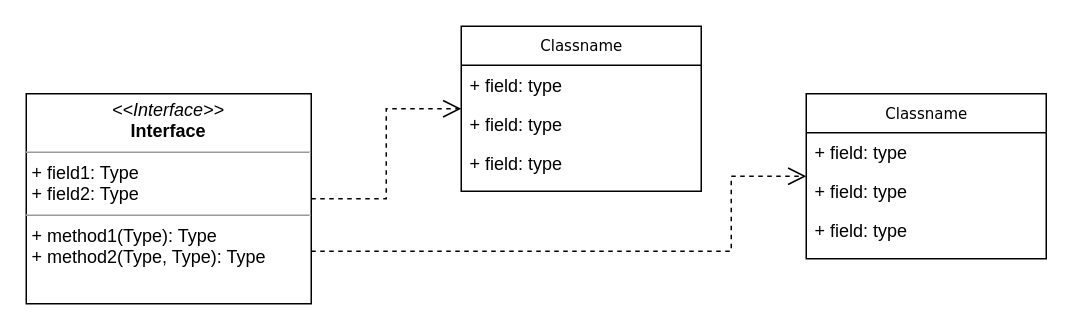
This is Diagram Entry Data Pert 10 Ads.drawio from mahesri/uml_ads_sms3, a draw.io file, before an edit. Source tidied: cells renumbered, new cells numbered last; positions are measured from the earlier drawing's top-left corner, leaving out a move shared by most shapes. Both pictures are drawn from the tidied source at 150%, with x=0, y=0 at pixel (26, 26).
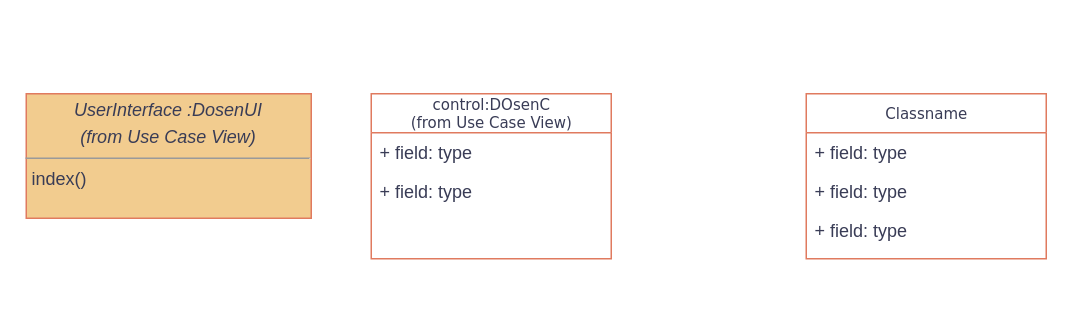
Above is the later version.

The edit, as a diff of the source:
```diff
@@
 <mxGraphModel>
   <root>
     <mxCell id="0" />
     <mxCell id="1" parent="0" />
-    <mxCell id="2" value="Classname" style="swimlane;html=1;fontStyle=0;horizontal=1;startSize=26;fillColor=none;swimlaneFillColor=#ffffff;rounded=0;shadow=0;comic=0;labelBackgroundColor=none;strokeWidth=1;fontFamily=Verdana;fontSize=10;align=center;" parent="1" vertex="1">
-      <mxGeometry x="290" width="160" height="110" as="geometry" />
+    <mxCell id="2" value="control:DOsenC&lt;br&gt;(from Use Case View)" style="swimlane;html=1;fontStyle=0;horizontal=1;startSize=26;fillColor=none;swimlaneFillColor=#ffffff;rounded=0;shadow=0;comic=0;labelBackgroundColor=none;strokeWidth=1;fontFamily=Verdana;fontSize=10;align=center;strokeColor=#E07A5F;fontColor=#393C56;" parent="1" vertex="1">
+      <mxGeometry x="230" y="45" width="160" height="110" as="geometry" />
     </mxCell>
-    <mxCell id="3" value="+ field: type" style="text;html=1;strokeColor=none;fillColor=none;align=left;verticalAlign=top;spacingLeft=4;spacingRight=4;whiteSpace=wrap;overflow=hidden;" parent="2" vertex="1">
+    <mxCell id="3" value="+ field: type" style="text;html=1;strokeColor=none;fillColor=none;align=left;verticalAlign=top;spacingLeft=4;spacingRight=4;whiteSpace=wrap;overflow=hidden;labelBackgroundColor=none;fontColor=#393C56;" parent="2" vertex="1">
       <mxGeometry y="26" width="160" height="26" as="geometry" />
     </mxCell>
-    <mxCell id="4" value="+ field: type" style="text;html=1;strokeColor=none;fillColor=none;align=left;verticalAlign=top;spacingLeft=4;spacingRight=4;whiteSpace=wrap;overflow=hidden;" parent="2" vertex="1">
+    <mxCell id="4" value="+ field: type" style="text;html=1;strokeColor=none;fillColor=none;align=left;verticalAlign=top;spacingLeft=4;spacingRight=4;whiteSpace=wrap;overflow=hidden;labelBackgroundColor=none;fontColor=#393C56;" parent="2" vertex="1">
       <mxGeometry y="52" width="160" height="26" as="geometry" />
     </mxCell>
-    <mxCell id="5" value="+ field: type" style="text;html=1;strokeColor=none;fillColor=none;align=left;verticalAlign=top;spacingLeft=4;spacingRight=4;whiteSpace=wrap;overflow=hidden;" parent="2" vertex="1">
-      <mxGeometry y="78" width="160" height="26" as="geometry" />
-    </mxCell>
-    <mxCell id="6" value="Classname" style="swimlane;html=1;fontStyle=0;horizontal=1;startSize=26;fillColor=none;swimlaneFillColor=#ffffff;rounded=0;shadow=0;comic=0;labelBackgroundColor=none;strokeWidth=1;fontFamily=Verdana;fontSize=10;align=center;" parent="1" vertex="1">
+    <mxCell id="6" value="Classname" style="swimlane;html=1;fontStyle=0;horizontal=1;startSize=26;fillColor=none;swimlaneFillColor=#ffffff;rounded=0;shadow=0;comic=0;labelBackgroundColor=none;strokeWidth=1;fontFamily=Verdana;fontSize=10;align=center;strokeColor=#E07A5F;fontColor=#393C56;" parent="1" vertex="1">
       <mxGeometry x="520" y="45" width="160" height="110" as="geometry" />
     </mxCell>
-    <mxCell id="7" value="+ field: type" style="text;html=1;strokeColor=none;fillColor=none;align=left;verticalAlign=top;spacingLeft=4;spacingRight=4;whiteSpace=wrap;overflow=hidden;" parent="6" vertex="1">
+    <mxCell id="7" value="+ field: type" style="text;html=1;strokeColor=none;fillColor=none;align=left;verticalAlign=top;spacingLeft=4;spacingRight=4;whiteSpace=wrap;overflow=hidden;labelBackgroundColor=none;fontColor=#393C56;" parent="6" vertex="1">
       <mxGeometry y="26" width="160" height="26" as="geometry" />
     </mxCell>
-    <mxCell id="8" value="+ field: type" style="text;html=1;strokeColor=none;fillColor=none;align=left;verticalAlign=top;spacingLeft=4;spacingRight=4;whiteSpace=wrap;overflow=hidden;" parent="6" vertex="1">
+    <mxCell id="8" value="+ field: type" style="text;html=1;strokeColor=none;fillColor=none;align=left;verticalAlign=top;spacingLeft=4;spacingRight=4;whiteSpace=wrap;overflow=hidden;labelBackgroundColor=none;fontColor=#393C56;" parent="6" vertex="1">
       <mxGeometry y="52" width="160" height="26" as="geometry" />
     </mxCell>
-    <mxCell id="9" value="+ field: type" style="text;html=1;strokeColor=none;fillColor=none;align=left;verticalAlign=top;spacingLeft=4;spacingRight=4;whiteSpace=wrap;overflow=hidden;" parent="6" vertex="1">
+    <mxCell id="9" value="+ field: type" style="text;html=1;strokeColor=none;fillColor=none;align=left;verticalAlign=top;spacingLeft=4;spacingRight=4;whiteSpace=wrap;overflow=hidden;labelBackgroundColor=none;fontColor=#393C56;" parent="6" vertex="1">
       <mxGeometry y="78" width="160" height="26" as="geometry" />
     </mxCell>
-    <mxCell id="10" style="edgeStyle=orthogonalEdgeStyle;rounded=0;html=1;labelBackgroundColor=none;startFill=0;endArrow=open;endFill=0;endSize=10;fontFamily=Verdana;fontSize=10;dashed=1;" parent="1" edge="1" source="12" target="2">
-      <mxGeometry relative="1" as="geometry" />
-    </mxCell>
-    <mxCell id="11" style="edgeStyle=orthogonalEdgeStyle;rounded=0;html=1;exitX=1;exitY=0.75;dashed=1;labelBackgroundColor=none;startFill=0;endArrow=open;endFill=0;endSize=10;fontFamily=Verdana;fontSize=10;" parent="1" edge="1" source="12" target="6">
-      <mxGeometry relative="1" as="geometry">
-        <Array as="points">
-          <mxPoint x="470" y="150" />
-          <mxPoint x="470" y="100" />
-        </Array>
-      </mxGeometry>
-    </mxCell>
-    <mxCell id="12" value="&lt;p style=&quot;margin:0px;margin-top:4px;text-align:center;&quot;&gt;&lt;i&gt;&amp;lt;&amp;lt;Interface&amp;gt;&amp;gt;&lt;/i&gt;&lt;br/&gt;&lt;b&gt;Interface&lt;/b&gt;&lt;/p&gt;&lt;hr size=&quot;1&quot;/&gt;&lt;p style=&quot;margin:0px;margin-left:4px;&quot;&gt;+ field1: Type&lt;br/&gt;+ field2: Type&lt;/p&gt;&lt;hr size=&quot;1&quot;/&gt;&lt;p style=&quot;margin:0px;margin-left:4px;&quot;&gt;+ method1(Type): Type&lt;br/&gt;+ method2(Type, Type): Type&lt;/p&gt;" style="verticalAlign=top;align=left;overflow=fill;fontSize=12;fontFamily=Helvetica;html=1;rounded=0;shadow=0;comic=0;labelBackgroundColor=none;strokeWidth=1;" parent="1" vertex="1">
-      <mxGeometry y="45" width="190" height="140" as="geometry" />
+    <mxCell id="12" value="&lt;p style=&quot;margin:0px;margin-top:4px;text-align:center;&quot;&gt;&lt;i&gt;UserInterface :DosenUI&lt;/i&gt;&lt;/p&gt;&lt;p style=&quot;margin:0px;margin-top:4px;text-align:center;&quot;&gt;&lt;i&gt;(from Use Case View)&lt;/i&gt;&lt;/p&gt;&lt;hr size=&quot;1&quot;&gt;&lt;p style=&quot;margin:0px;margin-left:4px;&quot;&gt;index()&lt;/p&gt;" style="verticalAlign=top;align=left;overflow=fill;fontSize=12;fontFamily=Helvetica;html=1;rounded=0;shadow=0;comic=0;labelBackgroundColor=none;strokeWidth=1;fillColor=#F2CC8F;strokeColor=#E07A5F;fontColor=#393C56;" parent="1" vertex="1">
+      <mxGeometry y="45" width="190" height="83" as="geometry" />
     </mxCell>
   </root>
 </mxGraphModel>
```
